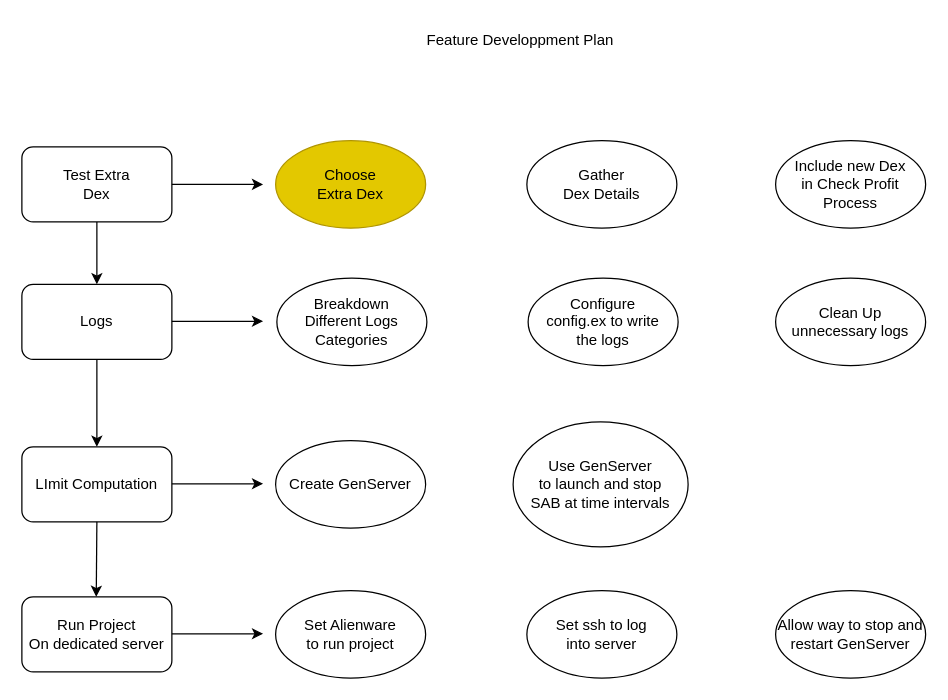
Before: page "Implementation Flow" (2 of 2) of bot_supervisor/apps/arbitrage_bot_v1/lib/libraries/drawings/balancer_flash_loan.drawio in shaunmsoria/sab, a draw.io diagram. Source tidied: cells renumbered, new cells numbered last; positions are measured from the earlier drawing's top-left corner, leaving out a move shared by most shapes. Both pictures are drawn from the tidied source at 125%, with x=0, y=0 at pixel (21, 21).
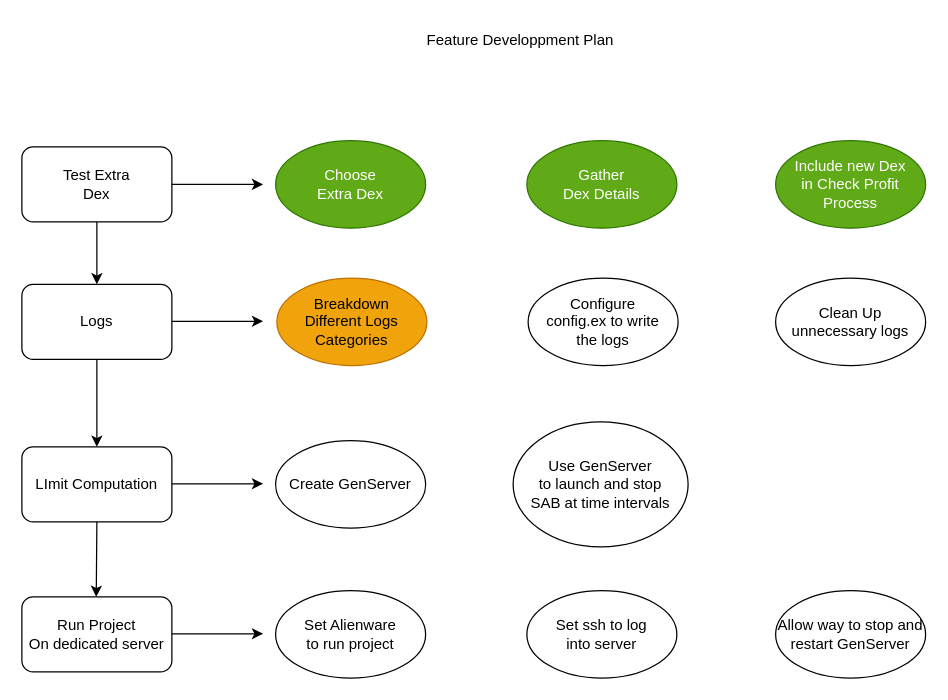
After the change.

Change to the diagram source:
```diff
@@
-    <mxCell id="10" value="Choose&lt;br&gt;Extra Dex" style="ellipse;whiteSpace=wrap;html=1;fillColor=#e3c800;strokeColor=#B09500;fontColor=#000000;" parent="1" vertex="1">
+    <mxCell id="10" value="Choose&lt;br&gt;Extra Dex" style="ellipse;whiteSpace=wrap;html=1;fillColor=#60a917;strokeColor=#2D7600;fontColor=#ffffff;" parent="1" vertex="1">
       <mxGeometry x="203" y="95" width="120" height="70" as="geometry" />
     </mxCell>
-    <mxCell id="11" value="Gather&lt;br&gt;Dex Details" style="ellipse;whiteSpace=wrap;html=1;" parent="1" vertex="1">
+    <mxCell id="11" value="Gather&lt;br&gt;Dex Details" style="ellipse;whiteSpace=wrap;html=1;fillColor=#60a917;fontColor=#ffffff;strokeColor=#2D7600;" parent="1" vertex="1">
       <mxGeometry x="404" y="95" width="120" height="70" as="geometry" />
     </mxCell>
-    <mxCell id="12" value="Include new Dex&lt;br&gt;in Check Profit&lt;br&gt;Process" style="ellipse;whiteSpace=wrap;html=1;" parent="1" vertex="1">
+    <mxCell id="12" value="Include new Dex&lt;br&gt;in Check Profit&lt;br&gt;Process" style="ellipse;whiteSpace=wrap;html=1;fillColor=#60a917;fontColor=#ffffff;strokeColor=#2D7600;" parent="1" vertex="1">
       <mxGeometry x="603" y="95" width="120" height="70" as="geometry" />
     </mxCell>
@@
-    <mxCell id="14" value="Breakdown&lt;br&gt;Different Logs&lt;br&gt;Categories" style="ellipse;whiteSpace=wrap;html=1;" parent="1" vertex="1">
+    <mxCell id="14" value="Breakdown&lt;br&gt;Different Logs&lt;br&gt;Categories" style="ellipse;whiteSpace=wrap;html=1;fillColor=#f0a30a;fontColor=#000000;strokeColor=#BD7000;" parent="1" vertex="1">
       <mxGeometry x="204" y="205" width="120" height="70" as="geometry" />
     </mxCell>
```
